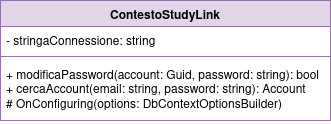
Before: latex/images/diagramma-di-dettaglio-persistenza.png, a diagram exported from draw.io (federicoporpora/studyLink). Source tidied: cells renumbered, new cells last; positions are measured from the earlier drawing's top-left corner, leaving out a move shared by most shapes.
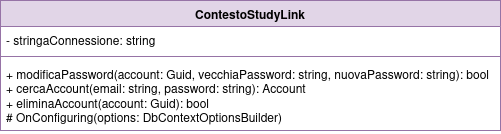
The same diagram one commit later.

Diff of the diagram source:
```diff
@@ -3,16 +3,16 @@
     <mxCell id="0" />
     <mxCell id="1" parent="0" />
     <mxCell id="2" value="ContestoStudyLink" style="swimlane;fontStyle=1;align=center;verticalAlign=top;horizontal=1;startSize=26;whiteSpace=wrap;html=1;fillColor=#e1d5e7;strokeColor=#9673a6;" parent="1" vertex="1">
-      <mxGeometry width="330" height="120" as="geometry" />
+      <mxGeometry width="500" height="130" as="geometry" />
     </mxCell>
     <mxCell id="3" value="- stringaConnessione: string" style="text;strokeColor=none;fillColor=none;align=left;verticalAlign=top;spacingLeft=4;spacingRight=4;overflow=hidden;whiteSpace=wrap;html=1;" parent="2" vertex="1">
-      <mxGeometry y="26" width="330" height="26" as="geometry" />
+      <mxGeometry y="26" width="500" height="26" as="geometry" />
     </mxCell>
     <mxCell id="4" style="line;strokeWidth=1;fillColor=none;align=left;verticalAlign=middle;spacingTop=-1;spacingLeft=3;spacingRight=3;labelPosition=right;strokeColor=inherit;" parent="2" vertex="1">
-      <mxGeometry y="52" width="330" height="8" as="geometry" />
+      <mxGeometry y="52" width="500" height="8" as="geometry" />
     </mxCell>
-    <mxCell id="5" value="&lt;div&gt;+ modificaPassword(account: Guid, password: string): bool&lt;/div&gt;&lt;div&gt;+ cercaAccount(email: string, password: string): Account&lt;/div&gt;&lt;div&gt;# OnConfiguring(options: DbContextOptionsBuilder)&lt;/div&gt;" style="text;strokeColor=none;fillColor=none;align=left;verticalAlign=top;spacingLeft=4;spacingRight=4;overflow=hidden;whiteSpace=wrap;html=1;" parent="2" vertex="1">
-      <mxGeometry y="60" width="330" height="60" as="geometry" />
+    <mxCell id="5" value="&lt;div&gt;+ modificaPassword(account: Guid, vecchiaPassword: string, nuovaPassword: string): bool&lt;/div&gt;&lt;div&gt;+ cercaAccount(email: string, password: string): Account&lt;/div&gt;&lt;div&gt;+ eliminaAccount(account: Guid): bool&lt;/div&gt;&lt;div&gt;# OnConfiguring(options: DbContextOptionsBuilder)&lt;/div&gt;" style="text;strokeColor=none;fillColor=none;align=left;verticalAlign=top;spacingLeft=4;spacingRight=4;overflow=hidden;whiteSpace=wrap;html=1;" parent="2" vertex="1">
+      <mxGeometry y="60" width="500" height="70" as="geometry" />
     </mxCell>
   </root>
 </mxGraphModel>
```
